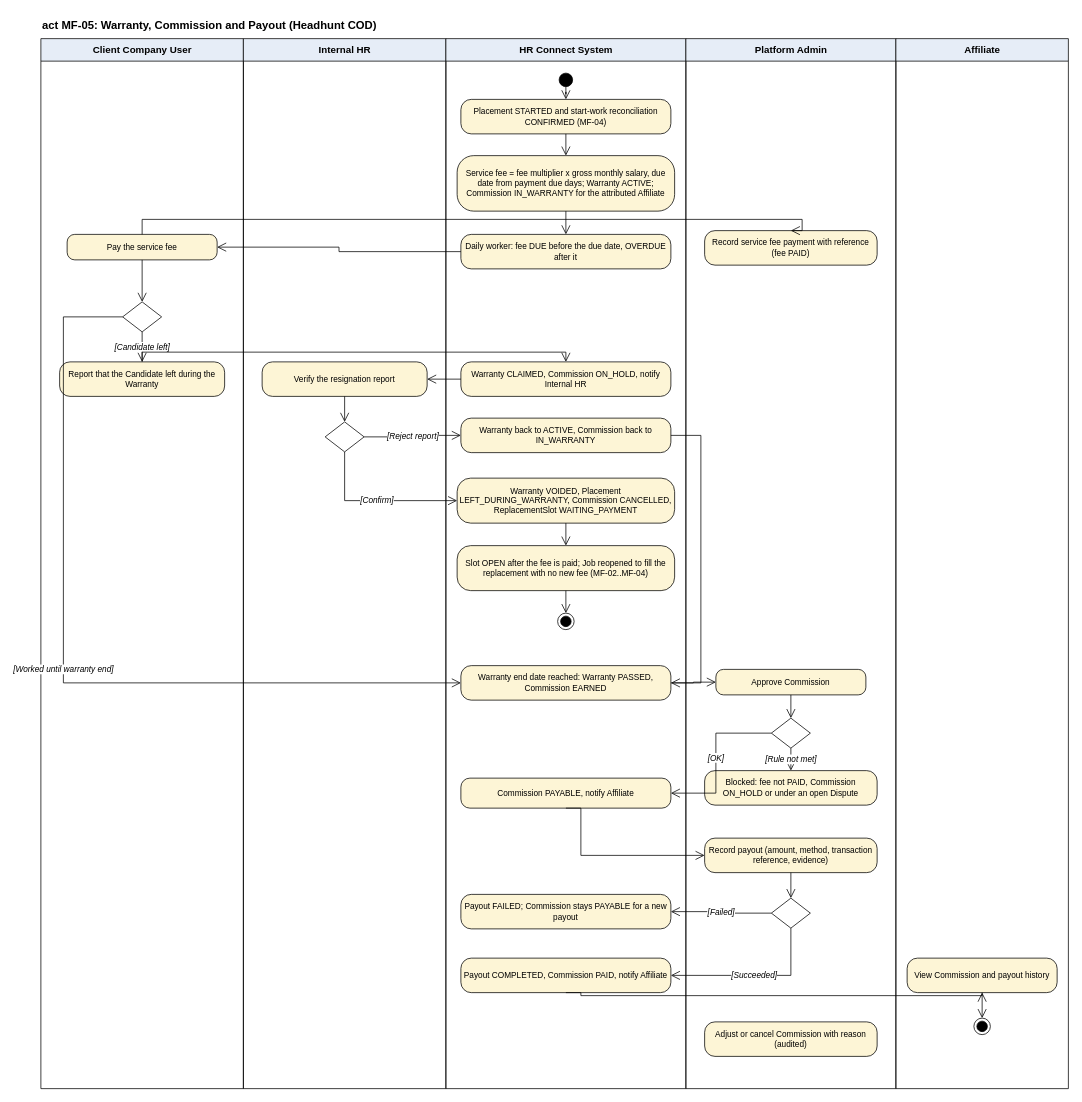
Above: docs/diagrams/activity/source/act-mf05-warranty-commission-payout.drawio in hoangqui794/hr-connect (draw.io), before the change. Source tidied: cells renumbered, new cells numbered last; positions are measured from the earlier drawing's top-left corner, leaving out a move shared by most shapes. Both pictures are drawn from the tidied source at 75%, with x=0, y=0 at pixel (40, 13).
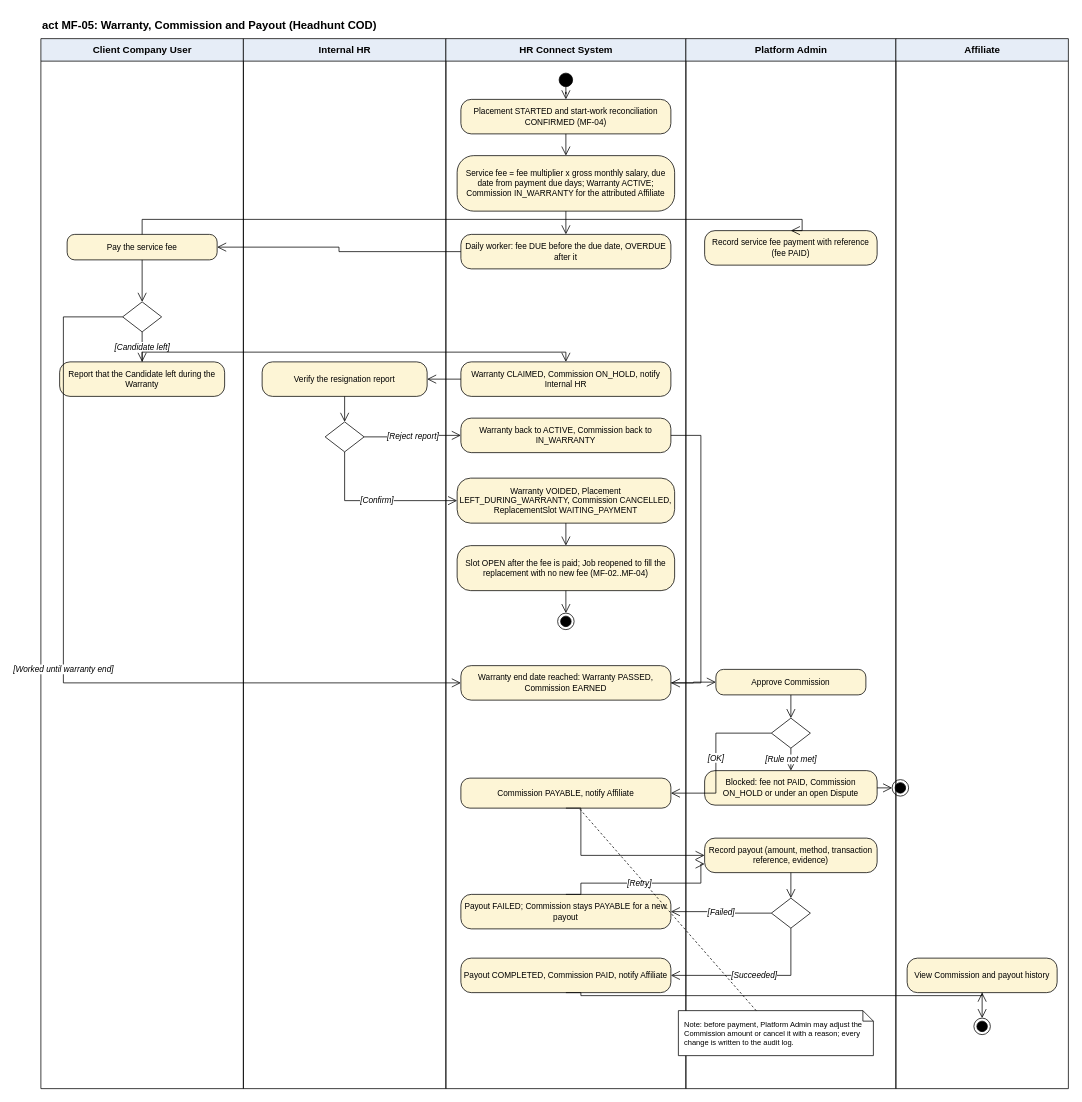
The same page after the edit.

Commit message:
docs(diagrams): connect payout retry, blocked approval end and admin adjustment note in MF-05 activity

Unchanged cells that the change refers to:
```xml
<mxCell id="26" value="Blocked: fee not PAID, Commission ON_HOLD or under an open Dispute" style="rounded=1;arcSize=30;whiteSpace=wrap;html=1;fillColor=#FDF5D6;strokeColor=#000000;fontSize=11;" parent="1" vertex="1">
  <mxGeometry x="885" y="1010" width="230" height="46" as="geometry" />
</mxCell>
<mxCell id="27" value="Commission PAYABLE, notify Affiliate" style="rounded=1;arcSize=30;whiteSpace=wrap;html=1;fillColor=#FDF5D6;strokeColor=#000000;fontSize=11;" parent="1" vertex="1">
  <mxGeometry x="560" y="1020" width="280" height="40" as="geometry" />
</mxCell>
<mxCell id="28" value="Record payout (amount, method, transaction reference, evidence)" style="rounded=1;arcSize=30;whiteSpace=wrap;html=1;fillColor=#FDF5D6;strokeColor=#000000;fontSize=11;" parent="1" vertex="1">
  <mxGeometry x="885" y="1100" width="230" height="46" as="geometry" />
</mxCell>
<mxCell id="30" value="Payout FAILED; Commission stays PAYABLE for a new payout" style="rounded=1;arcSize=30;whiteSpace=wrap;html=1;fillColor=#FDF5D6;strokeColor=#000000;fontSize=11;" parent="1" vertex="1">
  <mxGeometry x="560" y="1175" width="280" height="46" as="geometry" />
</mxCell>
```

The edit, as a diff of the source:
```diff
@@
-    <mxCell id="34" value="Adjust or cancel Commission with reason (audited)" style="rounded=1;arcSize=30;whiteSpace=wrap;html=1;fillColor=#FDF5D6;strokeColor=#000000;fontSize=11;" parent="1" vertex="1">
-      <mxGeometry x="885" y="1345" width="230" height="46" as="geometry" />
+    <mxCell id="34" value="Note: before payment, Platform Admin may adjust the Commission amount or cancel it with a reason; every change is written to the audit log." style="shape=note;size=14;whiteSpace=wrap;html=1;fillColor=#FFFFFF;strokeColor=#000000;fontSize=10;align=left;spacingLeft=6;" parent="1" vertex="1">
+      <mxGeometry x="850" y="1330" width="260" height="60" as="geometry" />
     </mxCell>
@@
+    <mxCell id="61" value="[Retry]" style="endArrow=open;endSize=10;html=1;rounded=0;edgeStyle=orthogonalEdgeStyle;fontStyle=2;fontSize=11;labelBackgroundColor=#FFFFFF;exitX=0.5;exitY=0;exitDx=0;exitDy=0;entryX=0;entryY=0.75;entryDx=0;entryDy=0;" parent="1" edge="1" source="30" target="28">
+      <mxGeometry relative="1" as="geometry">
+        <Array as="points">
+          <mxPoint x="720" y="1160" />
+          <mxPoint x="880" y="1160" />
+          <mxPoint x="880" y="1135" />
+        </Array>
+      </mxGeometry>
+    </mxCell>
+    <mxCell id="62" style="endArrow=none;dashed=1;html=1;strokeColor=#000000;" parent="1" edge="1" source="34" target="27">
+      <mxGeometry relative="1" as="geometry" />
+    </mxCell>
+    <mxCell id="63" style="ellipse;shape=endState;fillColor=#000000;strokeColor=#000000;" parent="1" vertex="1">
+      <mxGeometry x="1135" y="1022" width="22" height="22" as="geometry" />
+    </mxCell>
+    <mxCell id="64" style="endArrow=open;endSize=10;html=1;rounded=0;" parent="1" edge="1" source="26" target="63">
+      <mxGeometry relative="1" as="geometry" />
+    </mxCell>
```
